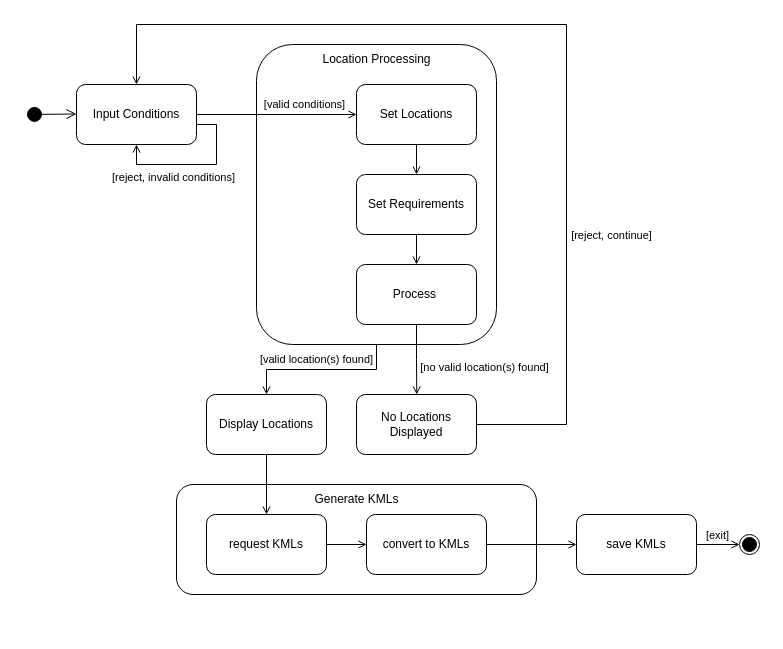
This is UML/DrawIO/StateMachineDiagram.drawio from ALEEF02/PrecisionLocationProcessor, a draw.io file, before an edit. Source tidied: cells renumbered, new cells numbered last; positions are measured from the earlier drawing's top-left corner, leaving out a move shared by most shapes. Both pictures are drawn from the tidied source at 100%, with x=0, y=0 at pixel (26, 24).
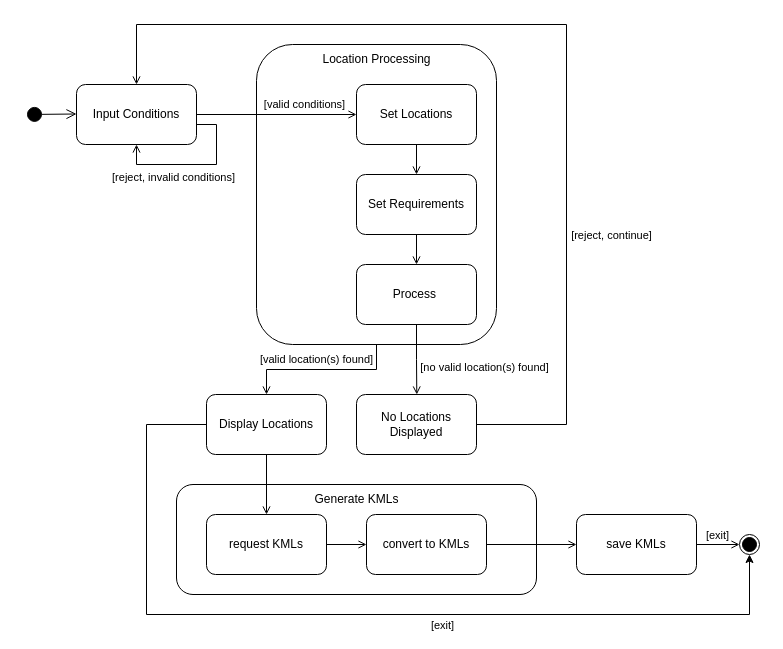
The same diagram, later.

Commit message:
Added arrow from display locations to exit

Unchanged cells that the change refers to:
```xml
<mxCell id="2" style="ellipse;whiteSpace=wrap;html=1;" parent="1" vertex="1">
  <mxGeometry x="713" y="510" width="20" height="20" as="geometry" />
</mxCell>
<mxCell id="23" value="Display Locations" style="rounded=1;whiteSpace=wrap;html=1;" parent="1" vertex="1">
  <mxGeometry x="180" y="370" width="120" height="60" as="geometry" />
</mxCell>
```

Change to the diagram source:
```diff
@@
+    <mxCell id="35" style="edgeStyle=orthogonalEdgeStyle;rounded=0;jettySize=auto;html=1;exitX=0;exitY=0.5;exitDx=0;exitDy=0;entryX=0.5;entryY=1;entryDx=0;entryDy=0;" parent="1" edge="1" source="23" target="2">
+      <mxGeometry relative="1" as="geometry">
+        <Array as="points">
+          <mxPoint x="120" y="400" />
+          <mxPoint x="120" y="590" />
+          <mxPoint x="723" y="590" />
+        </Array>
+      </mxGeometry>
+    </mxCell>
+    <mxCell id="36" value="[exit]" style="edgeLabel;html=1;align=center;verticalAlign=middle;" parent="35" vertex="1">
+      <mxGeometry x="0.61" y="1" relative="1" as="geometry">
+        <mxPoint x="-190" y="11" as="offset" />
+      </mxGeometry>
+    </mxCell>
```
